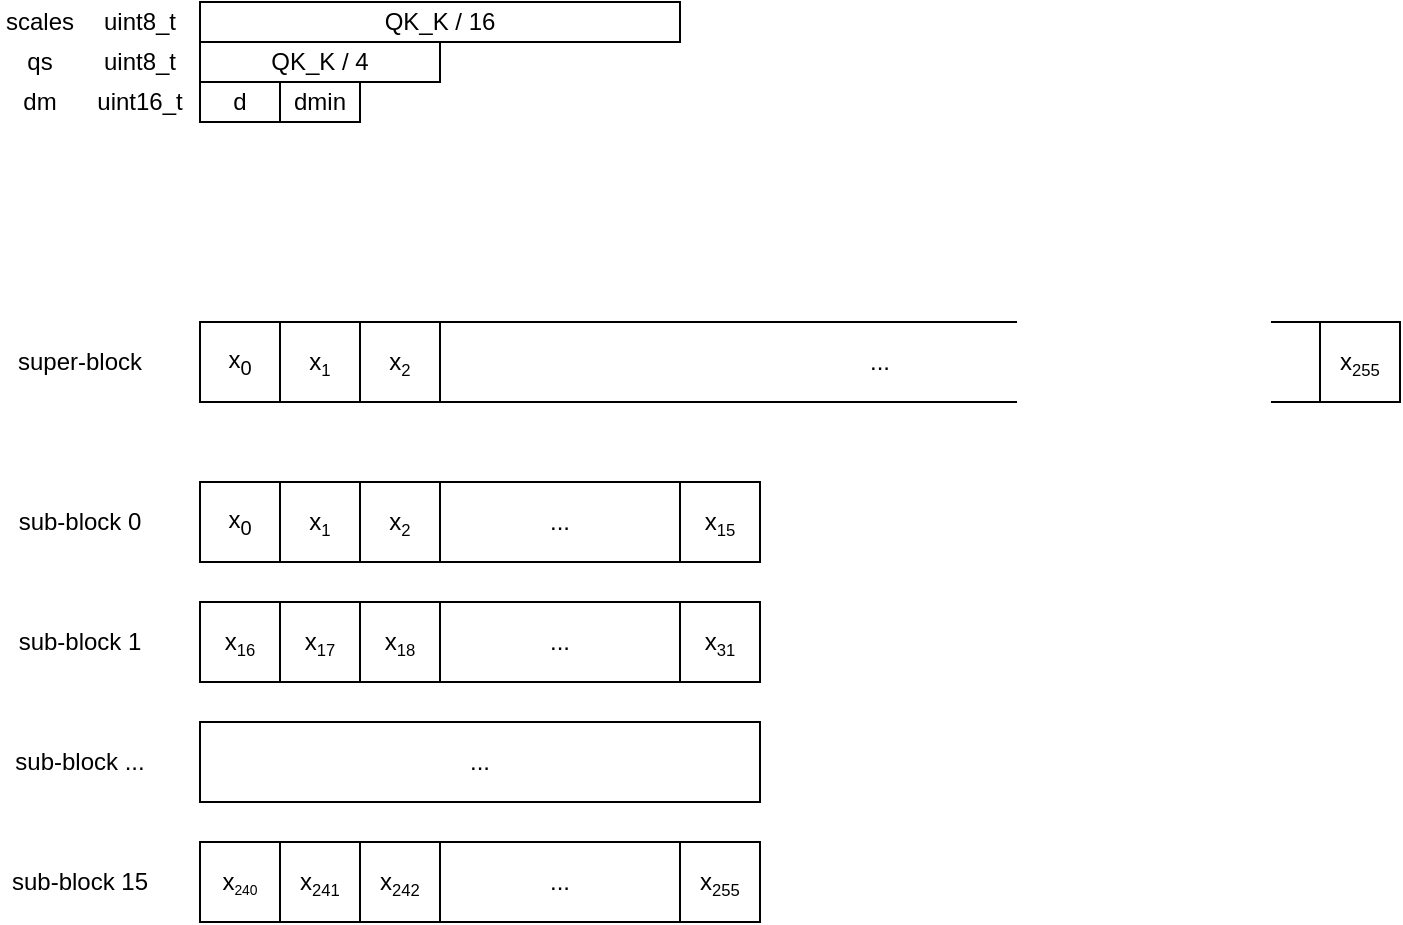
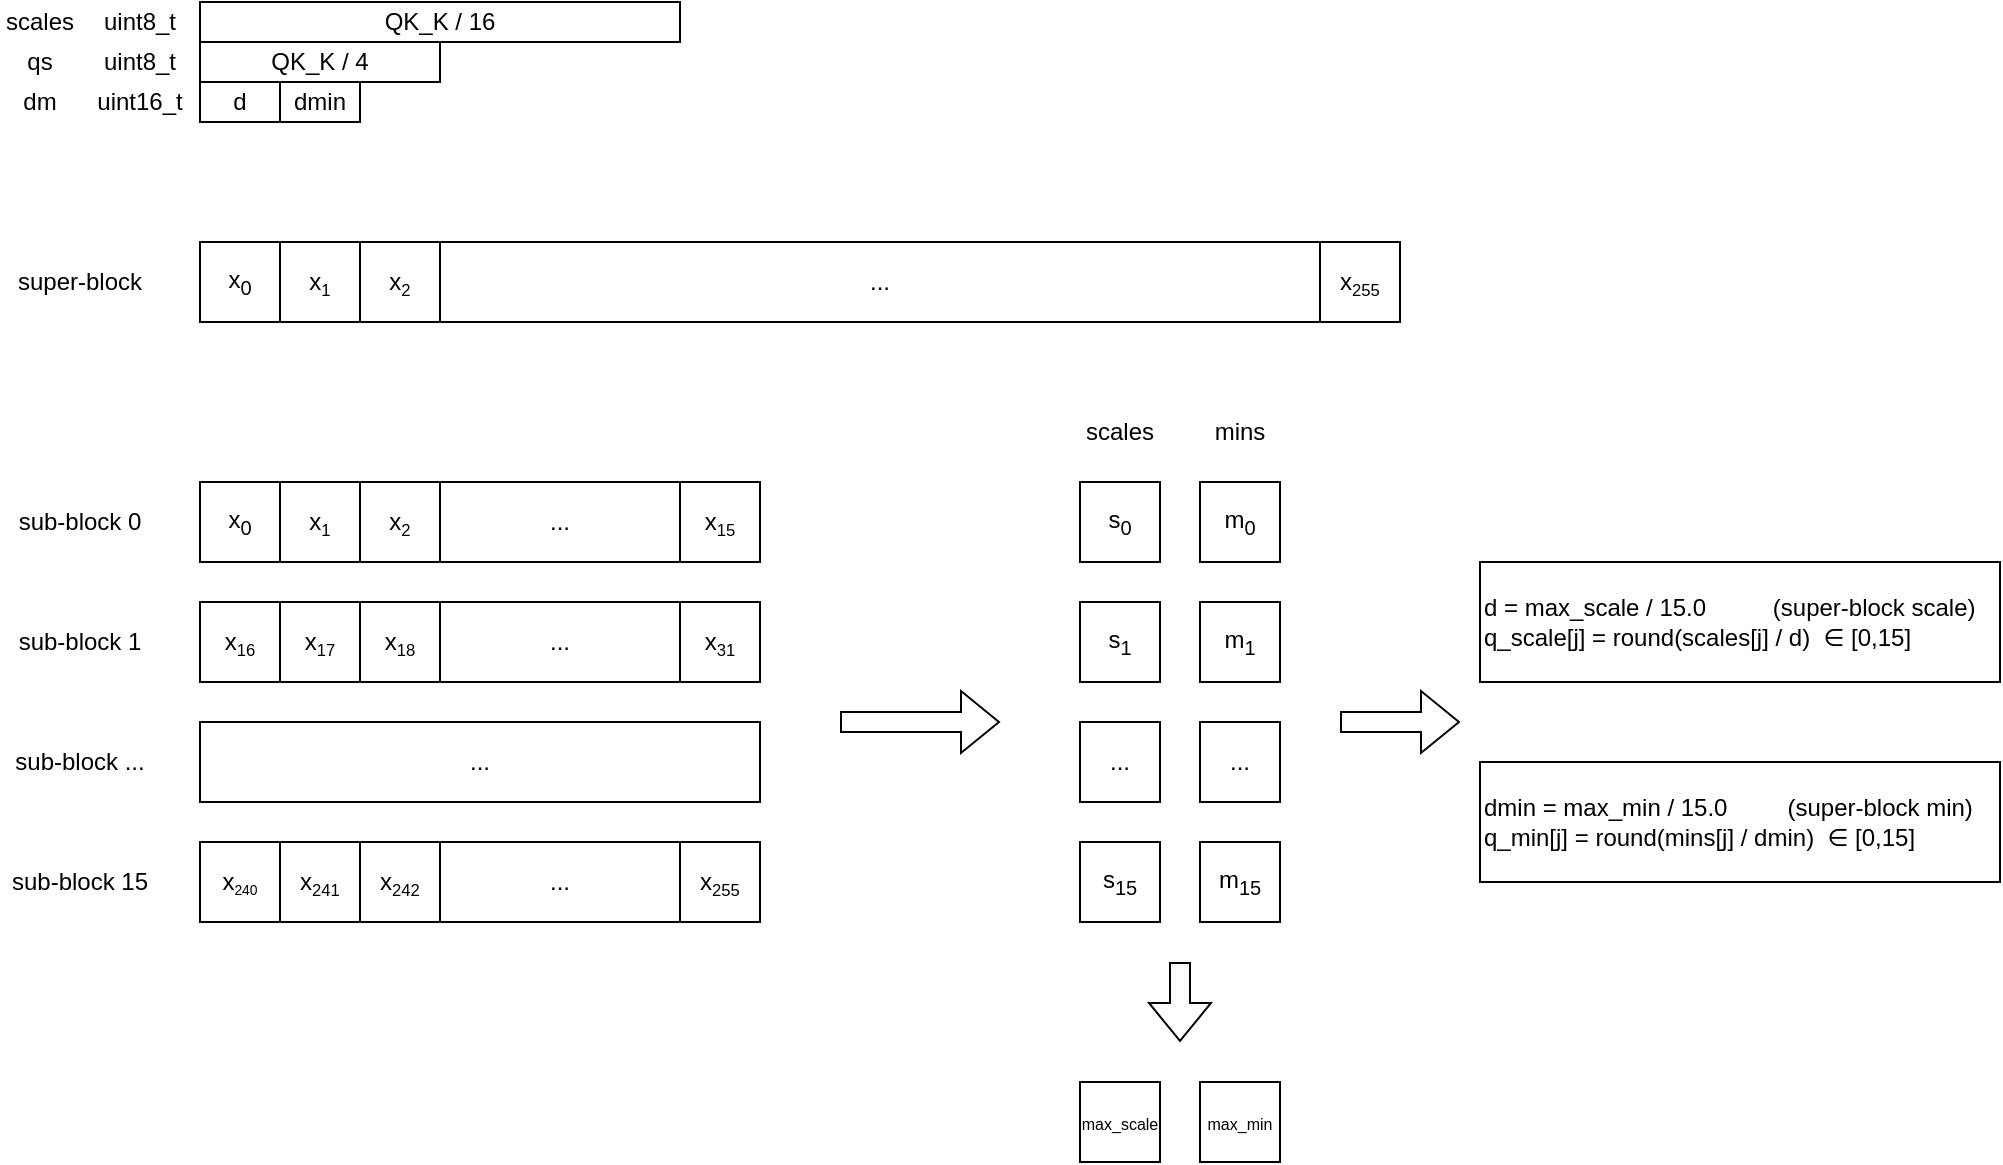
<mxfile host="app.diagrams.net">
  <diagram name="第 1 页" id="Si2-Z7cCXZd2prBrh_IV">
-     <mxGraphModel dx="787" dy="1626" grid="1" gridSize="10" guides="1" tooltips="1" connect="1" arrows="1" fold="1" page="1" pageScale="1" pageWidth="827" pageHeight="1169" math="0" shadow="0">
+     <mxGraphModel dx="738" dy="1626" grid="1" gridSize="10" guides="1" tooltips="1" connect="1" arrows="1" fold="1" page="1" pageScale="1" pageWidth="827" pageHeight="1169" math="0" shadow="0">
      <root>
        <mxCell id="0" />
        <mxCell id="1" parent="0" />
        <mxCell id="sU8PSUKhDcx1YNUkFXAb-1" parent="1" style="rounded=0;whiteSpace=wrap;html=1;" value="x&lt;sub&gt;0&lt;/sub&gt;" vertex="1">
-           <mxGeometry height="40" width="40" x="120" y="80" as="geometry" />
+           <mxGeometry height="40" width="40" x="120" y="40" as="geometry" />
        </mxCell>
        <mxCell id="sU8PSUKhDcx1YNUkFXAb-2" parent="1" style="rounded=0;whiteSpace=wrap;html=1;" value="x&lt;span style=&quot;font-size: 10px;&quot;&gt;&lt;sub&gt;1&lt;/sub&gt;&lt;/span&gt;" vertex="1">
-           <mxGeometry height="40" width="40" x="160" y="80" as="geometry" />
+           <mxGeometry height="40" width="40" x="160" y="40" as="geometry" />
        </mxCell>
        <mxCell id="sU8PSUKhDcx1YNUkFXAb-3" parent="1" style="rounded=0;whiteSpace=wrap;html=1;" value="x&lt;span style=&quot;font-size: 10px;&quot;&gt;&lt;sub&gt;2&lt;/sub&gt;&lt;/span&gt;" vertex="1">
-           <mxGeometry height="40" width="40" x="200" y="80" as="geometry" />
+           <mxGeometry height="40" width="40" x="200" y="40" as="geometry" />
        </mxCell>
        <mxCell id="sU8PSUKhDcx1YNUkFXAb-4" parent="1" style="rounded=0;whiteSpace=wrap;html=1;" value="..." vertex="1">
-           <mxGeometry height="40" width="440" x="240" y="80" as="geometry" />
+           <mxGeometry height="40" width="440" x="240" y="40" as="geometry" />
        </mxCell>
        <mxCell id="sU8PSUKhDcx1YNUkFXAb-5" parent="1" style="rounded=0;whiteSpace=wrap;html=1;" value="x&lt;span style=&quot;font-size: 10px;&quot;&gt;&lt;sub&gt;255&lt;/sub&gt;&lt;/span&gt;" vertex="1">
-           <mxGeometry height="40" width="40" x="680" y="80" as="geometry" />
+           <mxGeometry height="40" width="40" x="680" y="40" as="geometry" />
        </mxCell>
        <mxCell id="sU8PSUKhDcx1YNUkFXAb-6" parent="1" style="text;html=1;whiteSpace=wrap;strokeColor=none;fillColor=none;align=center;verticalAlign=middle;rounded=0;" value="super-block" vertex="1">
-           <mxGeometry height="40" width="80" x="20" y="80" as="geometry" />
+           <mxGeometry height="40" width="80" x="20" y="40" as="geometry" />
        </mxCell>
        <mxCell id="sU8PSUKhDcx1YNUkFXAb-7" parent="1" style="rounded=0;whiteSpace=wrap;html=1;" value="x&lt;sub&gt;0&lt;/sub&gt;" vertex="1">
          <mxGeometry height="40" width="40" x="120" y="160" as="geometry" />
        </mxCell>
        <mxCell id="sU8PSUKhDcx1YNUkFXAb-8" parent="1" style="rounded=0;whiteSpace=wrap;html=1;" value="x&lt;span style=&quot;font-size: 10px;&quot;&gt;&lt;sub&gt;1&lt;/sub&gt;&lt;/span&gt;" vertex="1">
          <mxGeometry height="40" width="40" x="160" y="160" as="geometry" />
        </mxCell>
        <mxCell id="sU8PSUKhDcx1YNUkFXAb-9" parent="1" style="rounded=0;whiteSpace=wrap;html=1;" value="x&lt;span style=&quot;font-size: 10px;&quot;&gt;&lt;sub&gt;2&lt;/sub&gt;&lt;/span&gt;" vertex="1">
          <mxGeometry height="40" width="40" x="200" y="160" as="geometry" />
        </mxCell>
        <mxCell id="sU8PSUKhDcx1YNUkFXAb-10" parent="1" style="rounded=0;whiteSpace=wrap;html=1;" value="..." vertex="1">
          <mxGeometry height="40" width="120" x="240" y="160" as="geometry" />
        </mxCell>
        <mxCell id="sU8PSUKhDcx1YNUkFXAb-11" parent="1" style="rounded=0;whiteSpace=wrap;html=1;" value="x&lt;span style=&quot;font-size: 10px;&quot;&gt;&lt;sub&gt;15&lt;/sub&gt;&lt;/span&gt;" vertex="1">
          <mxGeometry height="40" width="40" x="360" y="160" as="geometry" />
        </mxCell>
        <mxCell id="sU8PSUKhDcx1YNUkFXAb-12" parent="1" style="rounded=0;whiteSpace=wrap;html=1;" value="x&lt;span style=&quot;font-size: 10px;&quot;&gt;&lt;sub&gt;16&lt;/sub&gt;&lt;/span&gt;" vertex="1">
          <mxGeometry height="40" width="40" x="120" y="220" as="geometry" />
        </mxCell>
        <mxCell id="sU8PSUKhDcx1YNUkFXAb-13" parent="1" style="rounded=0;whiteSpace=wrap;html=1;" value="x&lt;span style=&quot;font-size: 10px;&quot;&gt;&lt;sub&gt;17&lt;/sub&gt;&lt;/span&gt;" vertex="1">
          <mxGeometry height="40" width="40" x="160" y="220" as="geometry" />
        </mxCell>
        <mxCell id="sU8PSUKhDcx1YNUkFXAb-14" parent="1" style="rounded=0;whiteSpace=wrap;html=1;" value="x&lt;span style=&quot;font-size: 10px;&quot;&gt;&lt;sub&gt;18&lt;/sub&gt;&lt;/span&gt;" vertex="1">
          <mxGeometry height="40" width="40" x="200" y="220" as="geometry" />
        </mxCell>
        <mxCell id="sU8PSUKhDcx1YNUkFXAb-15" parent="1" style="rounded=0;whiteSpace=wrap;html=1;" value="..." vertex="1">
          <mxGeometry height="40" width="120" x="240" y="220" as="geometry" />
        </mxCell>
        <mxCell id="sU8PSUKhDcx1YNUkFXAb-16" parent="1" style="rounded=0;whiteSpace=wrap;html=1;" value="x&lt;span style=&quot;font-size: 10px;&quot;&gt;&lt;sub&gt;31&lt;/sub&gt;&lt;/span&gt;" vertex="1">
          <mxGeometry height="40" width="40" x="360" y="220" as="geometry" />
        </mxCell>
        <mxCell id="sU8PSUKhDcx1YNUkFXAb-17" parent="1" style="rounded=0;whiteSpace=wrap;html=1;" value="..." vertex="1">
          <mxGeometry height="40" width="280" x="120" y="280" as="geometry" />
        </mxCell>
        <mxCell id="sU8PSUKhDcx1YNUkFXAb-18" parent="1" style="rounded=0;whiteSpace=wrap;html=1;" value="x&lt;span style=&quot;font-size: 8.33333px;&quot;&gt;&lt;sub&gt;240&lt;/sub&gt;&lt;/span&gt;" vertex="1">
          <mxGeometry height="40" width="40" x="120" y="340" as="geometry" />
        </mxCell>
        <mxCell id="sU8PSUKhDcx1YNUkFXAb-19" parent="1" style="rounded=0;whiteSpace=wrap;html=1;" value="x&lt;span style=&quot;font-size: 10px;&quot;&gt;&lt;sub&gt;241&lt;/sub&gt;&lt;/span&gt;" vertex="1">
          <mxGeometry height="40" width="40" x="160" y="340" as="geometry" />
        </mxCell>
        <mxCell id="sU8PSUKhDcx1YNUkFXAb-20" parent="1" style="rounded=0;whiteSpace=wrap;html=1;" value="x&lt;span style=&quot;font-size: 10px;&quot;&gt;&lt;sub&gt;242&lt;/sub&gt;&lt;/span&gt;" vertex="1">
          <mxGeometry height="40" width="40" x="200" y="340" as="geometry" />
        </mxCell>
        <mxCell id="sU8PSUKhDcx1YNUkFXAb-21" parent="1" style="rounded=0;whiteSpace=wrap;html=1;" value="..." vertex="1">
          <mxGeometry height="40" width="120" x="240" y="340" as="geometry" />
        </mxCell>
        <mxCell id="sU8PSUKhDcx1YNUkFXAb-22" parent="1" style="rounded=0;whiteSpace=wrap;html=1;" value="x&lt;span style=&quot;font-size: 10px;&quot;&gt;&lt;sub&gt;255&lt;/sub&gt;&lt;/span&gt;" vertex="1">
          <mxGeometry height="40" width="40" x="360" y="340" as="geometry" />
        </mxCell>
        <mxCell id="sU8PSUKhDcx1YNUkFXAb-23" parent="1" style="text;html=1;whiteSpace=wrap;strokeColor=none;fillColor=none;align=center;verticalAlign=middle;rounded=0;" value="sub-block 0" vertex="1">
          <mxGeometry height="40" width="80" x="20" y="160" as="geometry" />
        </mxCell>
        <mxCell id="sU8PSUKhDcx1YNUkFXAb-24" parent="1" style="text;html=1;whiteSpace=wrap;strokeColor=none;fillColor=none;align=center;verticalAlign=middle;rounded=0;" value="sub-block 1" vertex="1">
          <mxGeometry height="40" width="80" x="20" y="220" as="geometry" />
        </mxCell>
        <mxCell id="sU8PSUKhDcx1YNUkFXAb-25" parent="1" style="text;html=1;whiteSpace=wrap;strokeColor=none;fillColor=none;align=center;verticalAlign=middle;rounded=0;" value="sub-block 15" vertex="1">
          <mxGeometry height="40" width="80" x="20" y="340" as="geometry" />
        </mxCell>
        <mxCell id="sU8PSUKhDcx1YNUkFXAb-26" parent="1" style="text;html=1;whiteSpace=wrap;strokeColor=none;fillColor=none;align=center;verticalAlign=middle;rounded=0;" value="sub-block ..." vertex="1">
          <mxGeometry height="40" width="80" x="20" y="280" as="geometry" />
        </mxCell>
        <mxCell id="sU8PSUKhDcx1YNUkFXAb-27" parent="1" style="rounded=0;whiteSpace=wrap;html=1;" value="QK_K / 16" vertex="1">
          <mxGeometry height="20" width="240" x="120" y="-80" as="geometry" />
        </mxCell>
        <mxCell id="sU8PSUKhDcx1YNUkFXAb-28" parent="1" style="rounded=0;whiteSpace=wrap;html=1;" value="QK_K / 4" vertex="1">
          <mxGeometry height="20" width="120" x="120" y="-60" as="geometry" />
        </mxCell>
        <mxCell id="sU8PSUKhDcx1YNUkFXAb-29" parent="1" style="rounded=0;whiteSpace=wrap;html=1;" value="d" vertex="1">
          <mxGeometry height="20" width="40" x="120" y="-40" as="geometry" />
        </mxCell>
        <mxCell id="sU8PSUKhDcx1YNUkFXAb-30" parent="1" style="rounded=0;whiteSpace=wrap;html=1;" value="dmin" vertex="1">
          <mxGeometry height="20" width="40" x="160" y="-40" as="geometry" />
        </mxCell>
        <mxCell id="sU8PSUKhDcx1YNUkFXAb-32" parent="1" style="text;html=1;whiteSpace=wrap;strokeColor=none;fillColor=none;align=center;verticalAlign=middle;rounded=0;" value="scales" vertex="1">
          <mxGeometry height="20" width="40" x="20" y="-80" as="geometry" />
        </mxCell>
        <mxCell id="sU8PSUKhDcx1YNUkFXAb-33" parent="1" style="text;html=1;whiteSpace=wrap;strokeColor=none;fillColor=none;align=center;verticalAlign=middle;rounded=0;" value="qs" vertex="1">
          <mxGeometry height="20" width="40" x="20" y="-60" as="geometry" />
        </mxCell>
        <mxCell id="sU8PSUKhDcx1YNUkFXAb-34" parent="1" style="text;html=1;whiteSpace=wrap;strokeColor=none;fillColor=none;align=center;verticalAlign=middle;rounded=0;" value="dm" vertex="1">
          <mxGeometry height="20" width="40" x="20" y="-40" as="geometry" />
        </mxCell>
        <mxCell id="sU8PSUKhDcx1YNUkFXAb-35" parent="1" style="text;html=1;whiteSpace=wrap;strokeColor=none;fillColor=none;align=center;verticalAlign=middle;rounded=0;" value="uint8_t" vertex="1">
          <mxGeometry height="20" width="60" x="60" y="-80" as="geometry" />
        </mxCell>
        <mxCell id="sU8PSUKhDcx1YNUkFXAb-36" parent="1" style="text;html=1;whiteSpace=wrap;strokeColor=none;fillColor=none;align=center;verticalAlign=middle;rounded=0;" value="uint8_t" vertex="1">
          <mxGeometry height="20" width="60" x="60" y="-60" as="geometry" />
        </mxCell>
        <mxCell id="sU8PSUKhDcx1YNUkFXAb-37" parent="1" style="text;html=1;whiteSpace=wrap;strokeColor=none;fillColor=none;align=center;verticalAlign=middle;rounded=0;" value="uint16_t" vertex="1">
          <mxGeometry height="20" width="60" x="60" y="-40" as="geometry" />
        </mxCell>
+         <mxCell id="sU8PSUKhDcx1YNUkFXAb-38" edge="1" parent="1" style="shape=flexArrow;endArrow=classic;html=1;rounded=0;" value="">
+           <mxGeometry height="50" relative="1" width="50" as="geometry">
+             <mxPoint x="440" y="280" as="sourcePoint" />
+             <mxPoint x="520" y="280" as="targetPoint" />
+           </mxGeometry>
+         </mxCell>
+         <mxCell id="sU8PSUKhDcx1YNUkFXAb-39" parent="1" style="rounded=0;whiteSpace=wrap;html=1;" value="s&lt;sub&gt;0&lt;/sub&gt;" vertex="1">
+           <mxGeometry height="40" width="40" x="560" y="160" as="geometry" />
+         </mxCell>
+         <mxCell id="sU8PSUKhDcx1YNUkFXAb-41" parent="1" style="rounded=0;whiteSpace=wrap;html=1;" value="s&lt;sub&gt;1&lt;/sub&gt;" vertex="1">
+           <mxGeometry height="40" width="40" x="560" y="220" as="geometry" />
+         </mxCell>
+         <mxCell id="sU8PSUKhDcx1YNUkFXAb-42" parent="1" style="rounded=0;whiteSpace=wrap;html=1;" value="..." vertex="1">
+           <mxGeometry height="40" width="40" x="560" y="280" as="geometry" />
+         </mxCell>
+         <mxCell id="sU8PSUKhDcx1YNUkFXAb-43" parent="1" style="rounded=0;whiteSpace=wrap;html=1;" value="s&lt;sub&gt;15&lt;/sub&gt;" vertex="1">
+           <mxGeometry height="40" width="40" x="560" y="340" as="geometry" />
+         </mxCell>
+         <mxCell id="sU8PSUKhDcx1YNUkFXAb-44" parent="1" style="text;html=1;whiteSpace=wrap;strokeColor=none;fillColor=none;align=center;verticalAlign=middle;rounded=0;" value="scales" vertex="1">
+           <mxGeometry height="30" width="60" x="550" y="120" as="geometry" />
+         </mxCell>
+         <mxCell id="sU8PSUKhDcx1YNUkFXAb-46" parent="1" style="rounded=0;whiteSpace=wrap;html=1;" value="m&lt;sub&gt;0&lt;/sub&gt;" vertex="1">
+           <mxGeometry height="40" width="40" x="620" y="160" as="geometry" />
+         </mxCell>
+         <mxCell id="sU8PSUKhDcx1YNUkFXAb-47" parent="1" style="rounded=0;whiteSpace=wrap;html=1;" value="m&lt;sub&gt;1&lt;/sub&gt;" vertex="1">
+           <mxGeometry height="40" width="40" x="620" y="220" as="geometry" />
+         </mxCell>
+         <mxCell id="sU8PSUKhDcx1YNUkFXAb-48" parent="1" style="rounded=0;whiteSpace=wrap;html=1;" value="..." vertex="1">
+           <mxGeometry height="40" width="40" x="620" y="280" as="geometry" />
+         </mxCell>
+         <mxCell id="sU8PSUKhDcx1YNUkFXAb-49" parent="1" style="rounded=0;whiteSpace=wrap;html=1;" value="m&lt;sub&gt;15&lt;/sub&gt;" vertex="1">
+           <mxGeometry height="40" width="40" x="620" y="340" as="geometry" />
+         </mxCell>
+         <mxCell id="sU8PSUKhDcx1YNUkFXAb-50" parent="1" style="text;html=1;whiteSpace=wrap;strokeColor=none;fillColor=none;align=center;verticalAlign=middle;rounded=0;" value="mins" vertex="1">
+           <mxGeometry height="30" width="60" x="610" y="120" as="geometry" />
+         </mxCell>
+         <mxCell id="sU8PSUKhDcx1YNUkFXAb-52" edge="1" parent="1" style="shape=flexArrow;endArrow=classic;html=1;rounded=0;" value="">
+           <mxGeometry height="50" relative="1" width="50" as="geometry">
+             <mxPoint x="610" y="400" as="sourcePoint" />
+             <mxPoint x="610" y="440" as="targetPoint" />
+           </mxGeometry>
+         </mxCell>
+         <mxCell id="sU8PSUKhDcx1YNUkFXAb-53" parent="1" style="rounded=0;whiteSpace=wrap;html=1;" value="&lt;font style=&quot;font-size: 8px;&quot;&gt;max_scale&lt;/font&gt;" vertex="1">
+           <mxGeometry height="40" width="40" x="560" y="460" as="geometry" />
+         </mxCell>
+         <mxCell id="sU8PSUKhDcx1YNUkFXAb-55" parent="1" style="rounded=0;whiteSpace=wrap;html=1;" value="&lt;font style=&quot;font-size: 8px;&quot;&gt;max_min&lt;/font&gt;" vertex="1">
+           <mxGeometry height="40" width="40" x="620" y="460" as="geometry" />
+         </mxCell>
+         <mxCell id="sU8PSUKhDcx1YNUkFXAb-57" edge="1" parent="1" style="shape=flexArrow;endArrow=classic;html=1;rounded=0;" value="">
+           <mxGeometry height="50" relative="1" width="50" as="geometry">
+             <mxPoint x="690" y="280" as="sourcePoint" />
+             <mxPoint x="750" y="280" as="targetPoint" />
+           </mxGeometry>
+         </mxCell>
+         <mxCell id="sU8PSUKhDcx1YNUkFXAb-58" parent="1" style="whiteSpace=wrap;html=1;align=left;" value="d = max_scale / 15.0&amp;nbsp; &amp;nbsp; &amp;nbsp; &amp;nbsp; &amp;nbsp; (super-block scale)&lt;br&gt;q_scale[j] = round(scales[j] / d)&amp;nbsp; ∈ [0,15]" vertex="1">
+           <mxGeometry height="60" width="260" x="760" y="200" as="geometry" />
+         </mxCell>
+         <mxCell id="sU8PSUKhDcx1YNUkFXAb-59" parent="1" style="whiteSpace=wrap;html=1;align=left;" value="dmin = max_min / 15.0&amp;nbsp; &amp;nbsp; &amp;nbsp; &amp;nbsp; &amp;nbsp;(super-block min)&amp;nbsp;&lt;br&gt;q_min[j] = round(mins[j] / dmin)&amp;nbsp; ∈ [0,15]" vertex="1">
+           <mxGeometry height="60" width="260" x="760" y="300" as="geometry" />
+         </mxCell>
      </root>
    </mxGraphModel>
  </diagram>
</mxfile>
